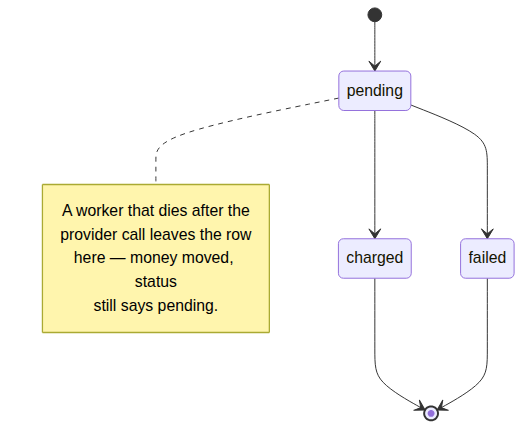
Before: markdown/system-design-interview/assets/000/03-states.png, a diagram exported from Mermaid (haraGADygyl/medium-python-articles). Its source is kept beside it as markdown/system-design-interview/assets/000/03-states.mmd.
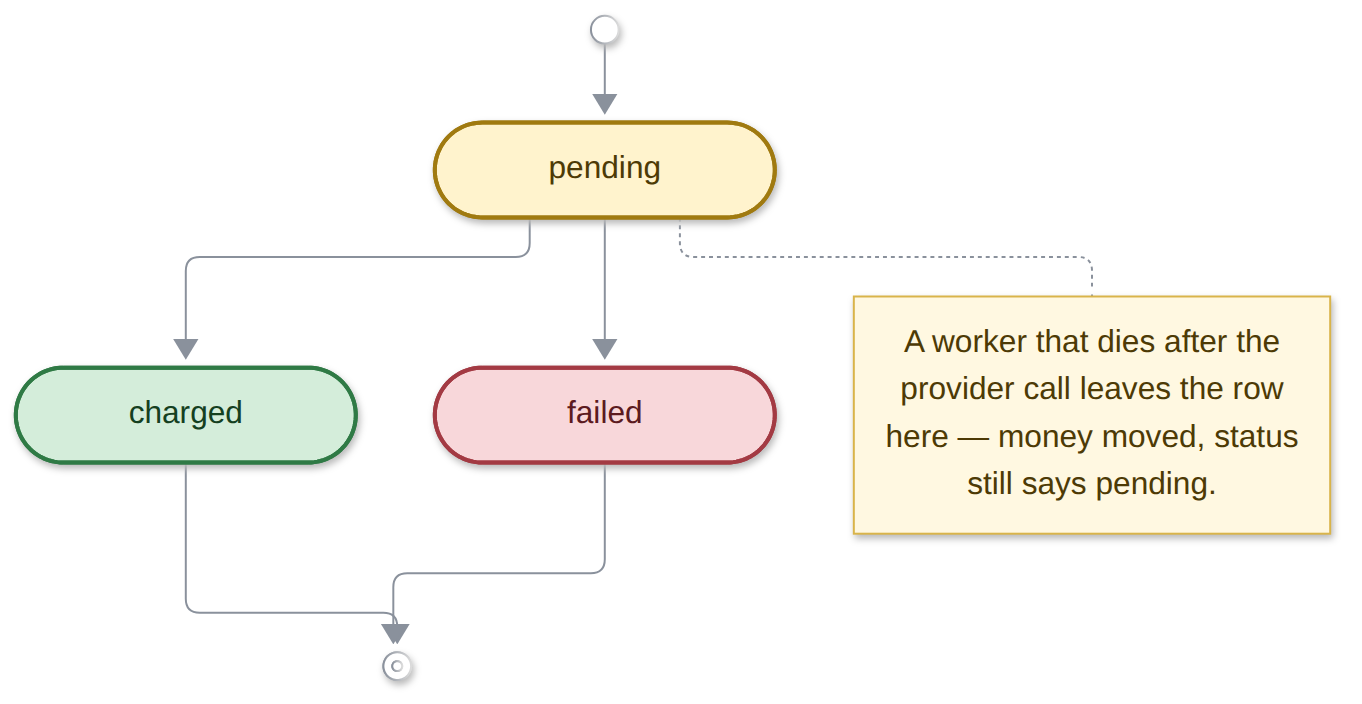
The same file after the commit.

Change to the diagram source:
```diff
@@ -1,13 +1,17 @@
-stateDiagram-v2
-    direction TB
-    [*] --> pending
-    pending --> charged
-    pending --> failed
-    charged --> [*]
-    failed --> [*]
-    note right of pending
-        A worker that dies after the
-        provider call leaves the row
-        here — money moved, status
-        still says pending.
-    end note
+flowchart TB
+    start@{ shape: sm-circ }
+    stop@{ shape: fr-circ }
+    start --> pending(["pending"])
+    pending --> charged(["charged"])
+    pending --> failed(["failed"])
+    charged --> stop
+    failed --> stop
+    pending -.- n1["A worker that dies after the<br/>provider call leaves the row<br/>here — money moved, status<br/>still says pending."]
+    classDef ok fill:#d4edda,stroke:#2f7a45,stroke-width:2px,color:#14401f
+    classDef warn fill:#fff3cd,stroke:#a07a10,stroke-width:2px,color:#4d3a05
+    classDef bad fill:#f8d7da,stroke:#a33a43,stroke-width:2px,color:#5c1a20
+    classDef note fill:#fff8e1,stroke:#d9b44a,color:#4d3a05
+    class charged ok
+    class pending warn
+    class failed bad
+    class n1 note
```
